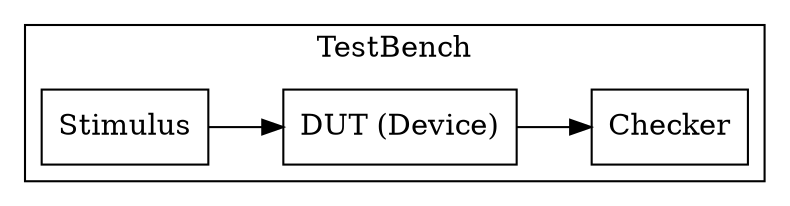
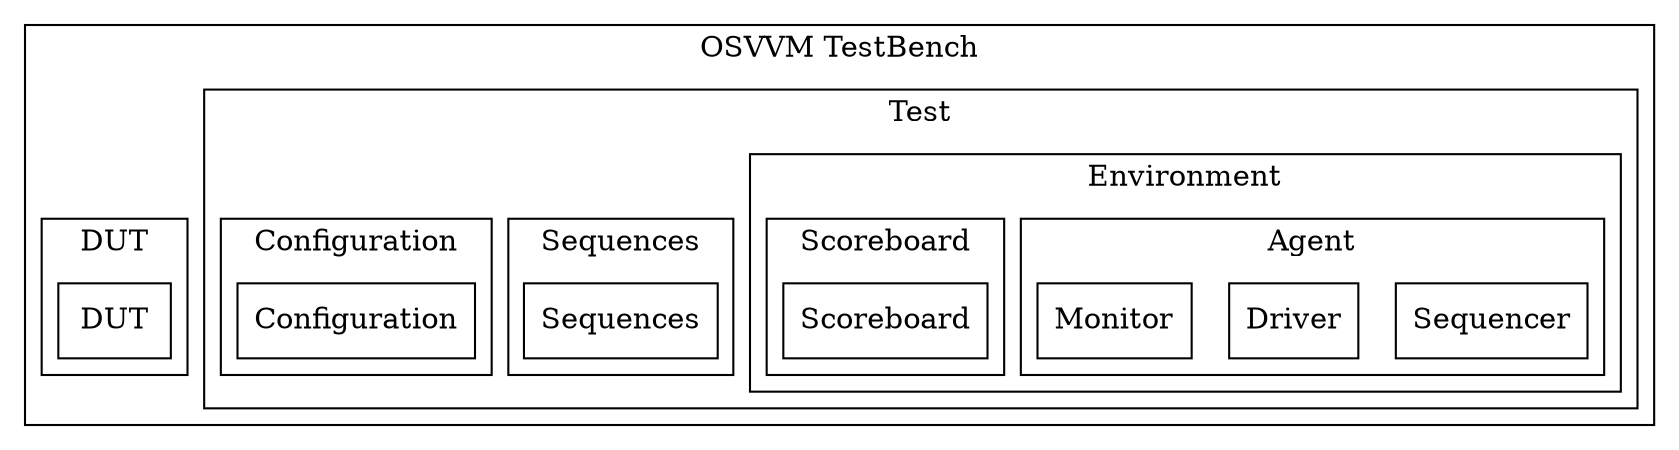
digraph Project {
  // Introduction
-   graph [rankdir = LR, splines=ortho];
+   graph [rankdir = TB, splines=ortho];
  node[shape=record];

  // Blocks
-   subgraph "cluster TestBench" { label = "TestBench";
-     Stimulus[shape=box, label="Stimulus"];
-     DUT[shape=box, label="DUT (Device)"];
-     Checker[shape=box, label="Checker"];
+   subgraph "cluster TestBench" { label = "OSVVM TestBench";
+     subgraph "cluster Test" { label = "Test";
+       subgraph "cluster Environment" { label = "Environment";
+         subgraph "cluster Agent" { label = "Agent";
+           Sequencer[shape=box, label="Sequencer"];
+           Driver[shape=box, label="Driver"];
+           Monitor[shape=box, label="Monitor"];
+         }
+         subgraph "cluster Scoreboard" { label = "Scoreboard";
+           Scoreboard[shape=box, label="Scoreboard"];
+         }
+       }
+       subgraph "cluster Sequences" { label = "Sequences";
+         Sequences[shape=box, label="Sequences"];
+       }
+       subgraph "cluster Configuration" { label = "Configuration";
+         Configuration[shape=box, label="Configuration"];
+       }
+     }
+     subgraph "cluster DUT" { label = "DUT";
+       DUT[shape=box, label="DUT"];
+     }
  }

  // Sequence
-   Stimulus -> DUT;
-   DUT -> Checker;
}
